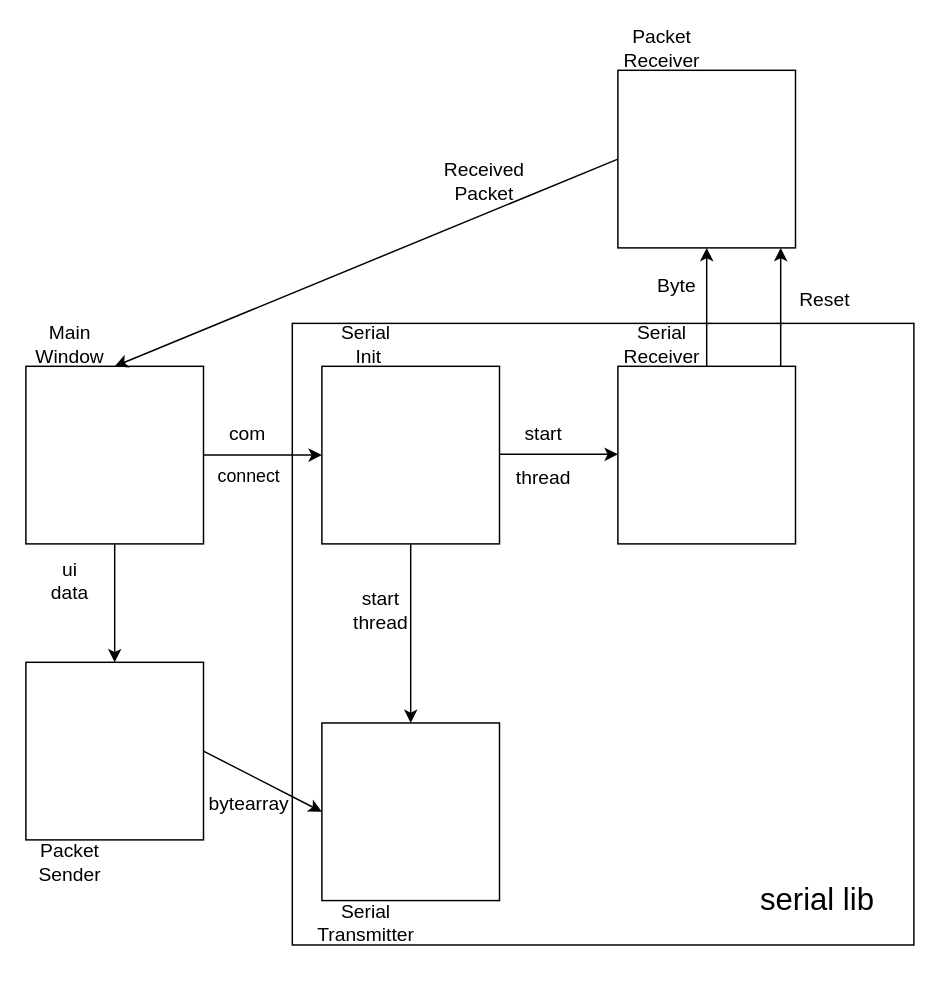
Above: src/test_serial.drawio in gilspi/guiSerial (draw.io), before the change. Source tidied: cells renumbered, new cells numbered last; positions are measured from the earlier drawing's top-left corner, leaving out a move shared by most shapes. Both pictures are drawn from the tidied source at 148%, with x=0, y=0 at pixel (25, 25).
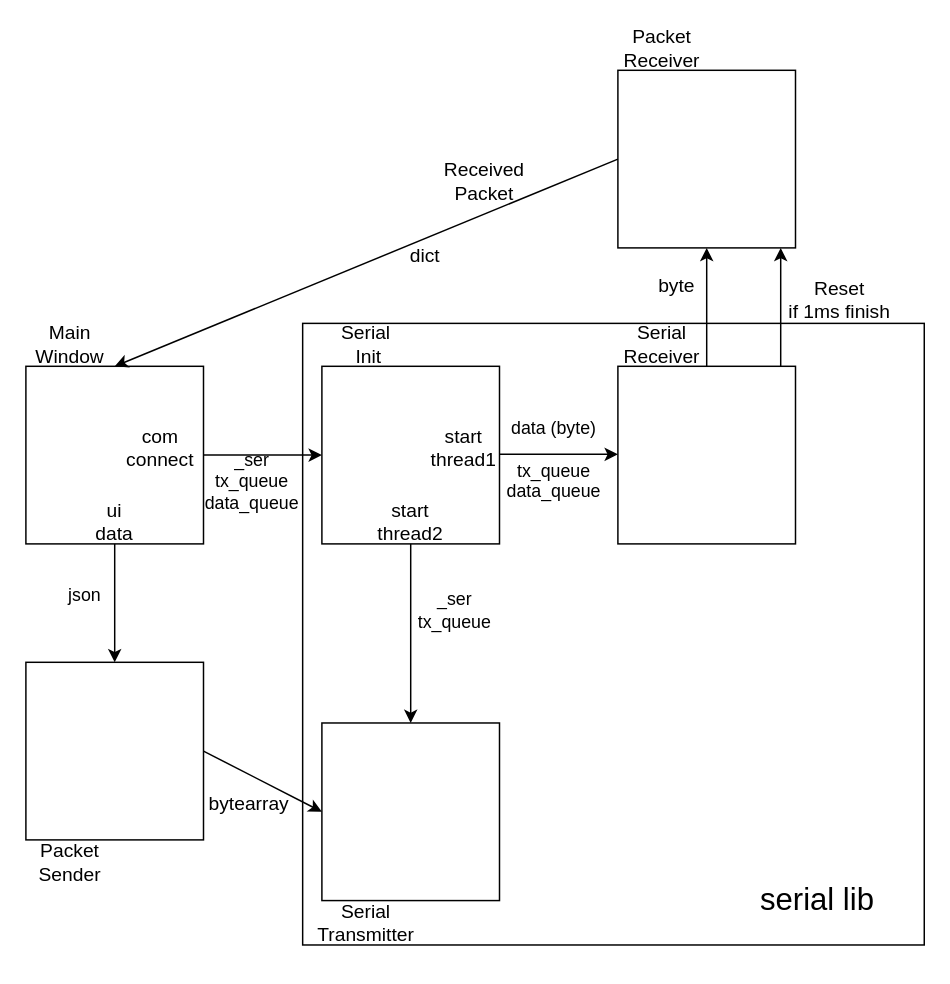
Above is the later version.

The change refers to these unchanged cells:
```xml
<mxCell id="3" style="whiteSpace=wrap;html=1;" parent="1" vertex="1">
  <mxGeometry x="200" y="230" width="120" height="120" as="geometry" />
</mxCell>
<mxCell id="12" value="&lt;font style=&quot;font-size: 13px;&quot;&gt;Serial&lt;/font&gt;&lt;div style=&quot;font-size: 13px;&quot;&gt;&lt;font style=&quot;font-size: 13px;&quot;&gt;&amp;nbsp;Init&lt;/font&gt;&lt;/div&gt;" style="text;html=1;align=center;verticalAlign=middle;whiteSpace=wrap;rounded=0;" parent="1" vertex="1">
  <mxGeometry x="200" y="200" width="60" height="30" as="geometry" />
</mxCell>
```

The edit, as a diff of the source:
```diff
@@
     <mxCell id="2" style="whiteSpace=wrap;html=1;" parent="1" vertex="1">
-      <mxGeometry x="180" y="201" width="420" height="420" as="geometry" />
+      <mxGeometry x="187" y="201" width="420" height="420" as="geometry" />
     </mxCell>
@@
+    <mxCell id="34" style="edgeStyle=none;html=1;" parent="1" edge="1" source="12" target="3">
+      <mxGeometry relative="1" as="geometry" />
+    </mxCell>
@@
-    <mxCell id="23" value="&lt;font style=&quot;font-size: 13px;&quot;&gt;Byte&lt;/font&gt;" style="text;html=1;align=center;verticalAlign=middle;whiteSpace=wrap;rounded=0;" parent="1" vertex="1">
+    <mxCell id="23" value="&lt;font style=&quot;font-size: 13px;&quot;&gt;byte&lt;/font&gt;" style="text;html=1;align=center;verticalAlign=middle;whiteSpace=wrap;rounded=0;" parent="1" vertex="1">
       <mxGeometry x="410" y="160" width="60" height="30" as="geometry" />
     </mxCell>
-    <mxCell id="24" value="&lt;font style=&quot;font-size: 13px;&quot;&gt;Reset&lt;/font&gt;" style="text;html=1;align=center;verticalAlign=middle;whiteSpace=wrap;rounded=0;" parent="1" vertex="1">
-      <mxGeometry x="510" y="170" width="60" height="30" as="geometry" />
+    <mxCell id="24" value="&lt;font style=&quot;font-size: 13px;&quot;&gt;Reset&lt;br&gt;if 1ms finish&lt;br&gt;&lt;/font&gt;" style="text;html=1;align=center;verticalAlign=middle;whiteSpace=wrap;rounded=0;" parent="1" vertex="1">
+      <mxGeometry x="510" y="170" width="80" height="30" as="geometry" />
     </mxCell>
@@
-    <mxCell id="26" value="&lt;font style=&quot;font-size: 13px;&quot;&gt;com&lt;/font&gt;" style="text;html=1;align=center;verticalAlign=middle;whiteSpace=wrap;rounded=0;" parent="1" vertex="1">
-      <mxGeometry x="120" y="260" width="60" height="30" as="geometry" />
+    <mxCell id="26" value="&lt;font style=&quot;font-size: 13px;&quot;&gt;com&lt;br&gt;connect&lt;br&gt;&lt;/font&gt;" style="text;html=1;align=center;verticalAlign=middle;whiteSpace=wrap;rounded=0;" parent="1" vertex="1">
+      <mxGeometry x="61" y="270" width="60" height="30" as="geometry" />
     </mxCell>
-    <mxCell id="27" value="connect" style="text;html=1;align=center;verticalAlign=middle;whiteSpace=wrap;rounded=0;" parent="1" vertex="1">
-      <mxGeometry x="121" y="290" width="60" height="30" as="geometry" />
+    <mxCell id="27" value="_ser&lt;br&gt;tx_queue&lt;br&gt;data_queue" style="text;html=1;align=center;verticalAlign=middle;whiteSpace=wrap;rounded=0;" parent="1" vertex="1">
+      <mxGeometry x="123" y="293" width="60" height="30" as="geometry" />
     </mxCell>
-    <mxCell id="28" value="&lt;font style=&quot;font-size: 13px;&quot;&gt;start&lt;/font&gt;" style="text;html=1;align=center;verticalAlign=middle;whiteSpace=wrap;rounded=0;" parent="1" vertex="1">
-      <mxGeometry x="320" y="260" width="60" height="30" as="geometry" />
+    <mxCell id="28" value="&lt;font style=&quot;font-size: 13px;&quot;&gt;start&lt;br&gt;thread1&lt;br&gt;&lt;/font&gt;" style="text;html=1;align=center;verticalAlign=middle;whiteSpace=wrap;rounded=0;" parent="1" vertex="1">
+      <mxGeometry x="266" y="270" width="60" height="30" as="geometry" />
     </mxCell>
-    <mxCell id="29" value="&lt;font style=&quot;font-size: 13px;&quot;&gt;thread&lt;/font&gt;" style="text;html=1;align=center;verticalAlign=middle;whiteSpace=wrap;rounded=0;" parent="1" vertex="1">
-      <mxGeometry x="320" y="290" width="60" height="30" as="geometry" />
-    </mxCell>
-    <mxCell id="30" value="&lt;font style=&quot;font-size: 13px;&quot;&gt;start&lt;/font&gt;&lt;div style=&quot;font-size: 13px;&quot;&gt;&lt;font style=&quot;font-size: 13px;&quot;&gt;thread&lt;/font&gt;&lt;/div&gt;" style="text;html=1;align=center;verticalAlign=middle;whiteSpace=wrap;rounded=0;" parent="1" vertex="1">
-      <mxGeometry x="210" y="380" width="60" height="30" as="geometry" />
+    <mxCell id="30" value="&lt;font style=&quot;font-size: 13px;&quot;&gt;start&lt;/font&gt;&lt;div style=&quot;font-size: 13px;&quot;&gt;&lt;font style=&quot;font-size: 13px;&quot;&gt;thread2&lt;/font&gt;&lt;/div&gt;" style="text;html=1;align=center;verticalAlign=middle;whiteSpace=wrap;rounded=0;" parent="1" vertex="1">
+      <mxGeometry x="230" y="320" width="60" height="30" as="geometry" />
     </mxCell>
@@
     <mxCell id="32" value="&lt;font style=&quot;font-size: 13px;&quot;&gt;ui&lt;/font&gt;&lt;div style=&quot;font-size: 13px;&quot;&gt;&lt;font style=&quot;font-size: 13px;&quot;&gt;data&lt;/font&gt;&lt;/div&gt;" style="text;html=1;align=center;verticalAlign=middle;whiteSpace=wrap;rounded=0;" parent="1" vertex="1">
-      <mxGeometry y="360" width="60" height="30" as="geometry" />
+      <mxGeometry x="30" y="320" width="60" height="30" as="geometry" />
     </mxCell>
@@
+    <mxCell id="35" value="data (byte)&lt;br&gt;&lt;br&gt;tx_queue&lt;br&gt;data_queue" style="text;html=1;strokeColor=none;fillColor=none;align=center;verticalAlign=middle;whiteSpace=wrap;rounded=0;" parent="1" vertex="1">
+      <mxGeometry x="327" y="278" width="60" height="30" as="geometry" />
+    </mxCell>
+    <mxCell id="36" value="_ser&lt;br&gt;tx_queue" style="text;html=1;strokeColor=none;fillColor=none;align=center;verticalAlign=middle;whiteSpace=wrap;rounded=0;" parent="1" vertex="1">
+      <mxGeometry x="260" y="380" width="60" height="30" as="geometry" />
+    </mxCell>
+    <mxCell id="37" value="json" style="text;html=1;strokeColor=none;fillColor=none;align=center;verticalAlign=middle;whiteSpace=wrap;rounded=0;" parent="1" vertex="1">
+      <mxGeometry x="10" y="370" width="60" height="30" as="geometry" />
+    </mxCell>
+    <mxCell id="38" value="&lt;span style=&quot;font-size: 13px;&quot;&gt;dict&lt;/span&gt;" style="text;html=1;align=center;verticalAlign=middle;whiteSpace=wrap;rounded=0;" parent="1" vertex="1">
+      <mxGeometry x="240" y="140" width="60" height="30" as="geometry" />
+    </mxCell>
```
